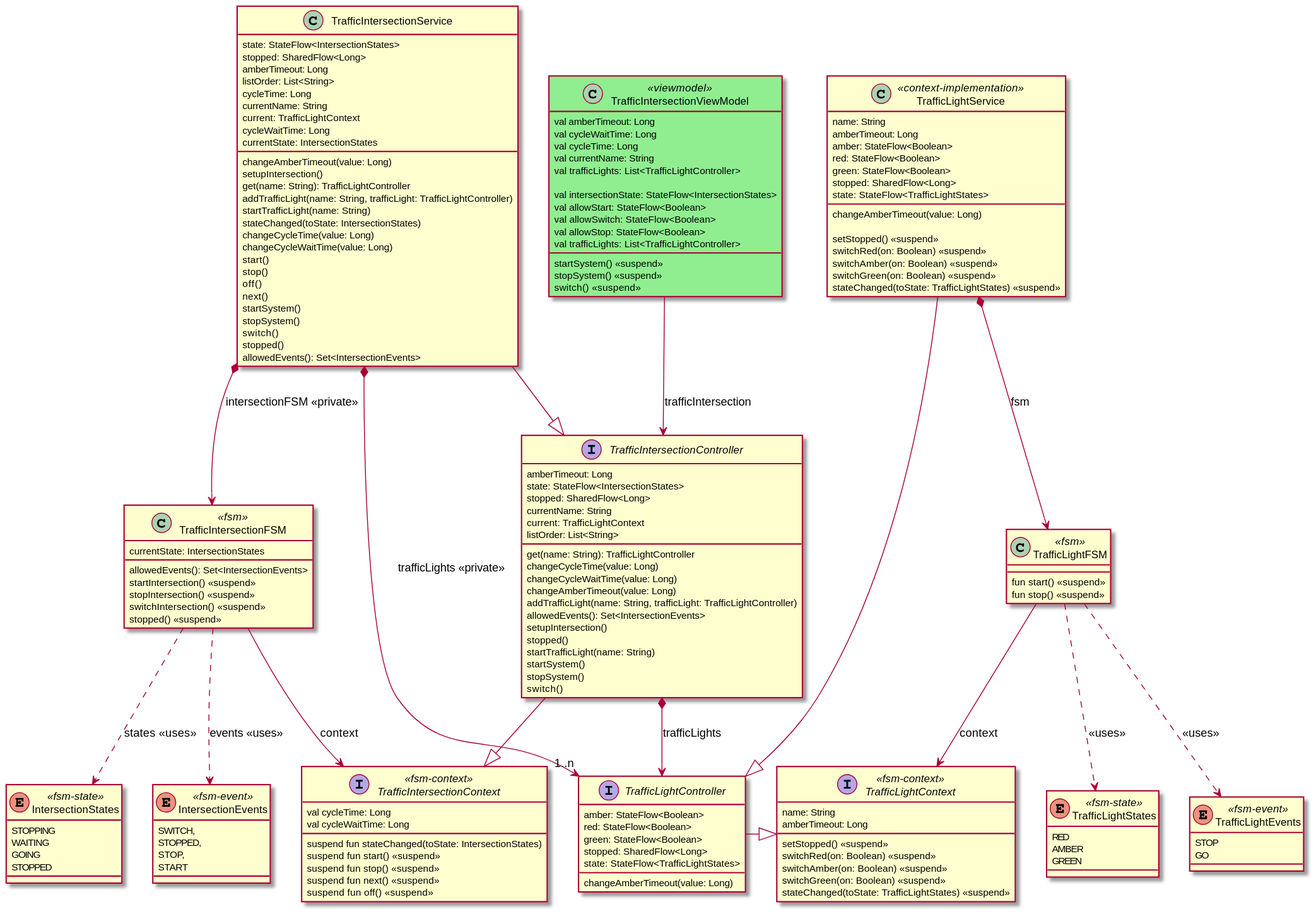
This is traffic-intersection-complete.svg from open-jumpco/kfsm-mpp-compose-traffic, a PlantUML export, as it was before one commit.
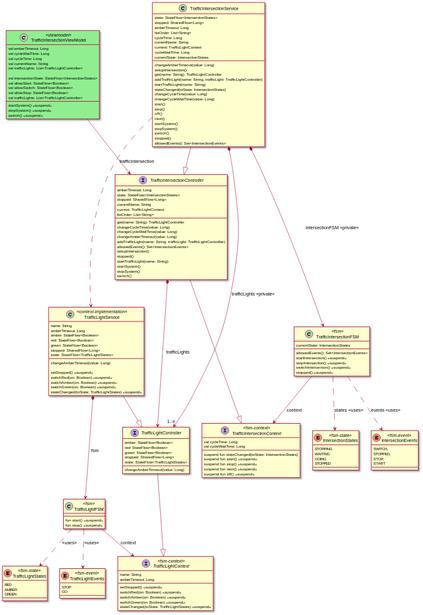
After the change.

The edit, as a diff of the source:
```diff
@@ -57,7 +57,7 @@
 }
 
 TrafficLightService --|> TrafficLightController
-TrafficLightService *--> TrafficLightFSM: fsm
+TrafficLightService *---> TrafficLightFSM: fsm
 
 
 enum IntersectionStates <<fsm-state>> {
@@ -118,8 +118,8 @@
     switch()
 }
 
-TrafficIntersectionController -|> TrafficIntersectionContext
-TrafficIntersectionController *--> TrafficLightController: trafficLights
+TrafficIntersectionController --|> TrafficIntersectionContext
+TrafficIntersectionController *---> TrafficLightController: trafficLights
 
 class TrafficIntersectionService {
     state: StateFlow<IntersectionStates>
@@ -151,8 +151,9 @@
 }
 
 TrafficIntersectionService --|> TrafficIntersectionController
-TrafficIntersectionService *--> TrafficIntersectionFSM: intersectionFSM <<private>>
-TrafficIntersectionService *--> "1..n" TrafficLightController: trafficLights <<private>>
+TrafficIntersectionService *---> TrafficIntersectionFSM: intersectionFSM <<private>>
+TrafficIntersectionService *---> "1..n" TrafficLightController: trafficLights <<private>>
+TrafficIntersectionService ...> TrafficLightService
 
 class TrafficIntersectionViewModel <<viewmodel>> #lightgreen {
     val amberTimeout: Long
```
